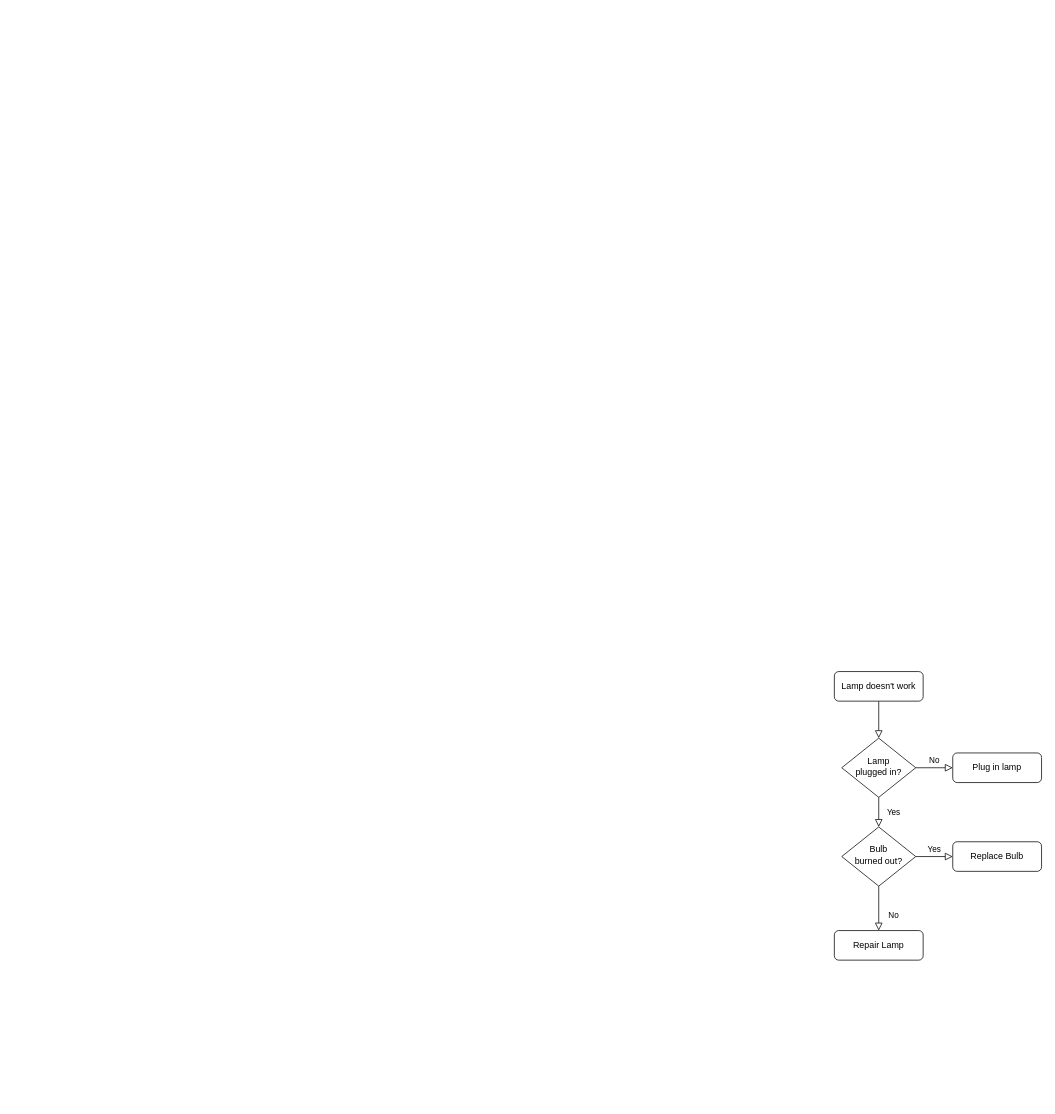
Before: GenAI_WSF_Translation_Process_Flow.drawio in nsareen-oa/diagrams, a draw.io diagram. Source tidied: cells renumbered, new cells numbered last; positions are measured from the earlier drawing's top-left corner, leaving out a move shared by most shapes. Both pictures are drawn from the tidied source at 74%, with x=0, y=0 at pixel (834, 671).
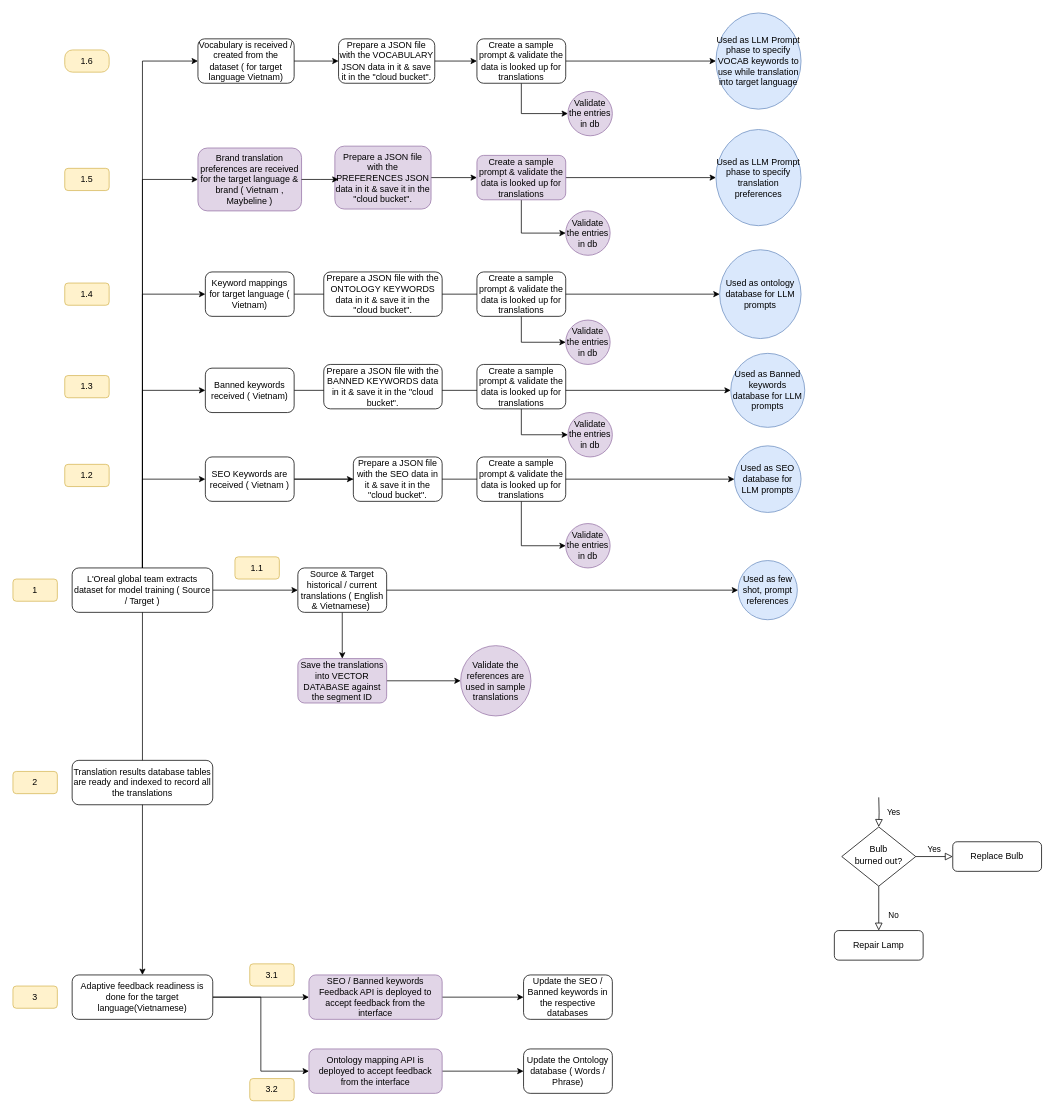
The same page after the edit.

The change refers to these unchanged cells:
```xml
<mxCell id="10" value="Bulb&lt;br&gt;burned out?" style="rhombus;whiteSpace=wrap;html=1;shadow=0;fontFamily=Helvetica;fontSize=12;align=center;strokeWidth=1;spacing=6;spacingTop=-4;" parent="1" vertex="1">
  <mxGeometry x="10" y="210" width="100" height="80" as="geometry" />
</mxCell>
```

What changed in the source:
```diff
@@
-    <mxCell id="2" style="rounded=0;html=1;jettySize=auto;fontSize=11;endArrow=block;endFill=0;endSize=8;strokeWidth=1;shadow=0;labelBackgroundColor=none;edgeStyle=orthogonalEdgeStyle;" parent="1" edge="1" source="3" target="6">
-      <mxGeometry relative="1" as="geometry" />
-    </mxCell>
+    <mxCell id="13" style="edgeStyle=orthogonalEdgeStyle;rounded=0;jettySize=auto;html=1;" parent="1" edge="1" source="3" target="25">
+      <mxGeometry relative="1" as="geometry" />
+    </mxCell>
+    <mxCell id="14" style="edgeStyle=orthogonalEdgeStyle;rounded=0;jettySize=auto;html=1;entryX=0;entryY=0.5;entryDx=0;entryDy=0;" parent="1" edge="1" source="3" target="29">
+      <mxGeometry relative="1" as="geometry" />
+    </mxCell>
+    <mxCell id="15" style="edgeStyle=orthogonalEdgeStyle;rounded=0;jettySize=auto;html=1;entryX=0;entryY=0.5;entryDx=0;entryDy=0;" parent="1" edge="1" source="3" target="32">
+      <mxGeometry relative="1" as="geometry" />
+    </mxCell>
+    <mxCell id="16" style="edgeStyle=orthogonalEdgeStyle;rounded=0;jettySize=auto;html=1;entryX=0;entryY=0.5;entryDx=0;entryDy=0;" parent="1" edge="1" source="3" target="35">
+      <mxGeometry relative="1" as="geometry" />
+    </mxCell>
+    <mxCell id="17" style="edgeStyle=orthogonalEdgeStyle;rounded=0;jettySize=auto;html=1;entryX=0;entryY=0.5;entryDx=0;entryDy=0;" parent="1" edge="1" source="3" target="38">
+      <mxGeometry relative="1" as="geometry" />
+    </mxCell>
+    <mxCell id="18" style="edgeStyle=orthogonalEdgeStyle;rounded=0;jettySize=auto;html=1;entryX=0;entryY=0.5;entryDx=0;entryDy=0;" parent="1" edge="1" source="3" target="65">
+      <mxGeometry relative="1" as="geometry" />
+    </mxCell>
-    <mxCell id="3" value="Lamp doesn't work" style="rounded=1;whiteSpace=wrap;html=1;fontSize=12;glass=0;strokeWidth=1;shadow=0;" parent="1" vertex="1">
-      <mxGeometry width="120" height="40" as="geometry" />
+    <mxCell id="3" value="L'Oreal global team extracts dataset for model training ( Source / Target )" style="rounded=1;whiteSpace=wrap;html=1;fontSize=12;glass=0;strokeWidth=1;shadow=0;" parent="1" vertex="1">
+      <mxGeometry x="-1030" y="-140" width="190" height="60" as="geometry" />
     </mxCell>
-    <mxCell id="4" value="Yes" style="rounded=0;html=1;jettySize=auto;fontSize=11;endArrow=block;endFill=0;endSize=8;strokeWidth=1;shadow=0;labelBackgroundColor=none;edgeStyle=orthogonalEdgeStyle;" parent="1" edge="1" source="6" target="10">
-      <mxGeometry y="20" relative="1" as="geometry" />
+    <mxCell id="4" value="Yes" style="rounded=0;html=1;jettySize=auto;fontSize=11;endArrow=block;endFill=0;endSize=8;strokeWidth=1;shadow=0;labelBackgroundColor=none;edgeStyle=orthogonalEdgeStyle;" parent="1" edge="1" target="10">
+      <mxGeometry y="20" relative="1" as="geometry">
+        <mxPoint x="60" y="170" as="sourcePoint" />
+      </mxGeometry>
     </mxCell>
-    <mxCell id="5" value="No" style="edgeStyle=orthogonalEdgeStyle;rounded=0;html=1;jettySize=auto;fontSize=11;endArrow=block;endFill=0;endSize=8;strokeWidth=1;shadow=0;labelBackgroundColor=none;" parent="1" edge="1" source="6" target="7">
-      <mxGeometry y="10" relative="1" as="geometry" />
-    </mxCell>
-    <mxCell id="6" value="Lamp&lt;br&gt;plugged in?" style="rhombus;whiteSpace=wrap;html=1;shadow=0;fontFamily=Helvetica;fontSize=12;align=center;strokeWidth=1;spacing=6;spacingTop=-4;" parent="1" vertex="1">
-      <mxGeometry x="10" y="90" width="100" height="80" as="geometry" />
-    </mxCell>
-    <mxCell id="7" value="Plug in lamp" style="rounded=1;whiteSpace=wrap;html=1;fontSize=12;glass=0;strokeWidth=1;shadow=0;" parent="1" vertex="1">
-      <mxGeometry x="160" y="110" width="120" height="40" as="geometry" />
-    </mxCell>
@@
+    <mxCell id="19" style="edgeStyle=orthogonalEdgeStyle;rounded=0;jettySize=auto;html=1;" parent="1" edge="1" source="3" target="22">
+      <mxGeometry relative="1" as="geometry" />
+    </mxCell>
+    <mxCell id="20" style="edgeStyle=orthogonalEdgeStyle;rounded=0;jettySize=auto;html=1;" parent="1" edge="1" source="22" target="74">
+      <mxGeometry relative="1" as="geometry" />
+    </mxCell>
+    <mxCell id="21" style="edgeStyle=orthogonalEdgeStyle;rounded=0;jettySize=auto;html=1;entryX=0;entryY=0.5;entryDx=0;entryDy=0;" parent="1" edge="1" source="22" target="79">
+      <mxGeometry relative="1" as="geometry" />
+    </mxCell>
+    <mxCell id="22" value="Adaptive feedback readiness is done for the target language(Vietnamese)" style="whiteSpace=wrap;html=1;rounded=1;" parent="1" vertex="1">
+      <mxGeometry x="-1030" y="410" width="190" height="60" as="geometry" />
+    </mxCell>
+    <mxCell id="23" style="edgeStyle=orthogonalEdgeStyle;rounded=0;jettySize=auto;html=1;" parent="1" edge="1" source="25" target="26">
+      <mxGeometry relative="1" as="geometry" />
+    </mxCell>
+    <mxCell id="24" style="edgeStyle=orthogonalEdgeStyle;rounded=0;jettySize=auto;html=1;" parent="1" edge="1" source="25" target="48">
+      <mxGeometry relative="1" as="geometry" />
+    </mxCell>
+    <mxCell id="25" value="Source &amp;amp; Target historical / current translations ( English &amp;amp; Vietnamese)&amp;nbsp;" style="whiteSpace=wrap;html=1;rounded=1;glass=0;strokeWidth=1;shadow=0;" parent="1" vertex="1">
+      <mxGeometry x="-725" y="-140" width="120" height="60" as="geometry" />
+    </mxCell>
+    <mxCell id="26" value="Used as few shot, prompt references" style="ellipse;whiteSpace=wrap;html=1;rounded=1;glass=0;strokeWidth=1;shadow=0;fillColor=#dae8fc;strokeColor=#6c8ebf;" parent="1" vertex="1">
+      <mxGeometry x="-130" y="-150" width="80" height="80" as="geometry" />
+    </mxCell>
+    <mxCell id="27" style="edgeStyle=orthogonalEdgeStyle;rounded=0;jettySize=auto;html=1;" parent="1" edge="1" source="29" target="30">
+      <mxGeometry relative="1" as="geometry" />
+    </mxCell>
+    <mxCell id="28" style="edgeStyle=orthogonalEdgeStyle;rounded=0;jettySize=auto;html=1;" parent="1" edge="1" source="29" target="50">
+      <mxGeometry relative="1" as="geometry" />
+    </mxCell>
+    <mxCell id="29" value="SEO Keywords are received ( Vietnam )" style="whiteSpace=wrap;html=1;rounded=1;glass=0;strokeWidth=1;shadow=0;" parent="1" vertex="1">
+      <mxGeometry x="-850" y="-290" width="120" height="60" as="geometry" />
+    </mxCell>
+    <mxCell id="30" value="Used as SEO database for LLM prompts" style="ellipse;whiteSpace=wrap;html=1;rounded=1;glass=0;strokeWidth=1;shadow=0;fillColor=#dae8fc;strokeColor=#6c8ebf;" parent="1" vertex="1">
+      <mxGeometry x="-135" y="-305" width="90" height="90" as="geometry" />
+    </mxCell>
+    <mxCell id="31" style="edgeStyle=orthogonalEdgeStyle;rounded=0;jettySize=auto;html=1;" parent="1" edge="1" source="32" target="33">
+      <mxGeometry relative="1" as="geometry" />
+    </mxCell>
+    <mxCell id="32" value="Banned keywords received ( Vietnam)" style="whiteSpace=wrap;html=1;rounded=1;glass=0;strokeWidth=1;shadow=0;" parent="1" vertex="1">
+      <mxGeometry x="-850" y="-410" width="120" height="60" as="geometry" />
+    </mxCell>
+    <mxCell id="33" value="Used as Banned keywords database for LLM prompts" style="ellipse;whiteSpace=wrap;html=1;rounded=1;glass=0;strokeWidth=1;shadow=0;fillColor=#dae8fc;strokeColor=#6c8ebf;" parent="1" vertex="1">
+      <mxGeometry x="-140" y="-430" width="100" height="100" as="geometry" />
+    </mxCell>
+    <mxCell id="34" style="edgeStyle=orthogonalEdgeStyle;rounded=0;jettySize=auto;html=1;" parent="1" edge="1" source="35" target="36">
+      <mxGeometry relative="1" as="geometry" />
+    </mxCell>
+    <mxCell id="35" value="Keyword mappings for target language ( Vietnam)" style="whiteSpace=wrap;html=1;rounded=1;glass=0;strokeWidth=1;shadow=0;" parent="1" vertex="1">
+      <mxGeometry x="-850" y="-540" width="120" height="60" as="geometry" />
+    </mxCell>
+    <mxCell id="36" value="Used as ontology database for LLM prompts" style="ellipse;whiteSpace=wrap;html=1;rounded=1;glass=0;strokeWidth=1;shadow=0;fillColor=#dae8fc;strokeColor=#6c8ebf;" parent="1" vertex="1">
+      <mxGeometry x="-155" y="-570" width="110" height="120" as="geometry" />
+    </mxCell>
+    <mxCell id="37" style="edgeStyle=orthogonalEdgeStyle;rounded=0;jettySize=auto;html=1;" parent="1" edge="1" source="63" target="39">
+      <mxGeometry relative="1" as="geometry" />
+    </mxCell>
+    <mxCell id="38" value="Vocabulary is received / created from the dataset ( for target language Vietnam)" style="whiteSpace=wrap;html=1;rounded=1;glass=0;strokeWidth=1;shadow=0;" parent="1" vertex="1">
+      <mxGeometry x="-860" y="-855" width="130" height="60" as="geometry" />
+    </mxCell>
+    <mxCell id="39" value="Used as LLM Prompt phase to specify VOCAB keywords to use while translation into target language" style="ellipse;whiteSpace=wrap;html=1;rounded=1;glass=0;strokeWidth=1;shadow=0;fillColor=#dae8fc;strokeColor=#6c8ebf;" parent="1" vertex="1">
+      <mxGeometry x="-160" y="-890" width="115" height="130" as="geometry" />
+    </mxCell>
+    <mxCell id="40" value="1" style="text;html=1;align=center;verticalAlign=middle;whiteSpace=wrap;rounded=1;fillColor=#fff2cc;strokeColor=#d6b656;" parent="1" vertex="1">
+      <mxGeometry x="-1110" y="-125" width="60" height="30" as="geometry" />
+    </mxCell>
+    <mxCell id="41" value="1.2" style="text;html=1;align=center;verticalAlign=middle;whiteSpace=wrap;rounded=1;fillColor=#fff2cc;strokeColor=#d6b656;" parent="1" vertex="1">
+      <mxGeometry x="-1040" y="-280" width="60" height="30" as="geometry" />
+    </mxCell>
+    <mxCell id="42" value="1.3" style="text;html=1;align=center;verticalAlign=middle;whiteSpace=wrap;rounded=1;fillColor=#fff2cc;strokeColor=#d6b656;" parent="1" vertex="1">
+      <mxGeometry x="-1040" y="-400" width="60" height="30" as="geometry" />
+    </mxCell>
+    <mxCell id="43" value="1.4" style="text;html=1;align=center;verticalAlign=middle;whiteSpace=wrap;rounded=1;fillColor=#fff2cc;strokeColor=#d6b656;" parent="1" vertex="1">
+      <mxGeometry x="-1040" y="-525" width="60" height="30" as="geometry" />
+    </mxCell>
+    <mxCell id="44" value="1.5" style="text;html=1;align=center;verticalAlign=middle;whiteSpace=wrap;rounded=1;fillColor=#fff2cc;strokeColor=#d6b656;" parent="1" vertex="1">
+      <mxGeometry x="-1040" y="-680" width="60" height="30" as="geometry" />
+    </mxCell>
+    <mxCell id="45" value="2" style="text;html=1;align=center;verticalAlign=middle;whiteSpace=wrap;rounded=1;fillColor=#fff2cc;strokeColor=#d6b656;" parent="1" vertex="1">
+      <mxGeometry x="-1110" y="135" width="60" height="30" as="geometry" />
+    </mxCell>
+    <mxCell id="46" value="1.1" style="text;html=1;align=center;verticalAlign=middle;whiteSpace=wrap;rounded=1;fillColor=#fff2cc;strokeColor=#d6b656;" parent="1" vertex="1">
+      <mxGeometry x="-810" y="-155" width="60" height="30" as="geometry" />
+    </mxCell>
+    <mxCell id="47" style="edgeStyle=orthogonalEdgeStyle;rounded=0;jettySize=auto;html=1;" parent="1" edge="1" source="48" target="49">
+      <mxGeometry relative="1" as="geometry" />
+    </mxCell>
+    <mxCell id="48" value="Save the translations into VECTOR DATABASE against the segment ID" style="whiteSpace=wrap;html=1;rounded=1;glass=0;strokeWidth=1;shadow=0;fillColor=#e1d5e7;strokeColor=#9673a6;" parent="1" vertex="1">
+      <mxGeometry x="-725" y="-17.5" width="120" height="60" as="geometry" />
+    </mxCell>
+    <mxCell id="49" value="Validate the references are used in sample translations" style="ellipse;whiteSpace=wrap;html=1;rounded=1;glass=0;strokeWidth=1;shadow=0;fillColor=#e1d5e7;strokeColor=#9673a6;" parent="1" vertex="1">
+      <mxGeometry x="-505" y="-35" width="95" height="95" as="geometry" />
+    </mxCell>
+    <mxCell id="50" value="Prepare a JSON file with the SEO data in it &amp;amp; save it in the &quot;cloud bucket&quot;." style="whiteSpace=wrap;html=1;rounded=1;glass=0;strokeWidth=1;shadow=0;" parent="1" vertex="1">
+      <mxGeometry x="-650" y="-290" width="120" height="60" as="geometry" />
+    </mxCell>
+    <mxCell id="51" style="edgeStyle=orthogonalEdgeStyle;rounded=0;jettySize=auto;html=1;entryX=0;entryY=0.5;entryDx=0;entryDy=0;" parent="1" edge="1" source="52" target="83">
+      <mxGeometry relative="1" as="geometry" />
+    </mxCell>
+    <mxCell id="52" value="Create a sample prompt &amp;amp; validate the data is looked up for translations" style="whiteSpace=wrap;html=1;rounded=1;glass=0;strokeWidth=1;shadow=0;" parent="1" vertex="1">
+      <mxGeometry x="-483" y="-290" width="120" height="60" as="geometry" />
+    </mxCell>
+    <mxCell id="53" value="Prepare a JSON file with the BANNED KEYWORDS data in it &amp;amp; save it in the &quot;cloud bucket&quot;." style="whiteSpace=wrap;html=1;rounded=1;glass=0;strokeWidth=1;shadow=0;" parent="1" vertex="1">
+      <mxGeometry x="-690" y="-415" width="160" height="60" as="geometry" />
+    </mxCell>
+    <mxCell id="54" style="edgeStyle=orthogonalEdgeStyle;rounded=0;jettySize=auto;html=1;entryX=0;entryY=0.5;entryDx=0;entryDy=0;exitX=0.5;exitY=1;exitDx=0;exitDy=0;" parent="1" edge="1" source="55" target="84">
+      <mxGeometry relative="1" as="geometry" />
+    </mxCell>
+    <mxCell id="55" value="Create a sample prompt &amp;amp; validate the data is looked up for translations" style="whiteSpace=wrap;html=1;rounded=1;glass=0;strokeWidth=1;shadow=0;" parent="1" vertex="1">
+      <mxGeometry x="-483" y="-415" width="120" height="60" as="geometry" />
+    </mxCell>
+    <mxCell id="56" value="Prepare a JSON file with the ONTOLOGY KEYWORDS data in it &amp;amp; save it in the &quot;cloud bucket&quot;." style="whiteSpace=wrap;html=1;rounded=1;glass=0;strokeWidth=1;shadow=0;" parent="1" vertex="1">
+      <mxGeometry x="-690" y="-540" width="160" height="60" as="geometry" />
+    </mxCell>
+    <mxCell id="57" style="edgeStyle=orthogonalEdgeStyle;rounded=0;jettySize=auto;html=1;entryX=0;entryY=0.5;entryDx=0;entryDy=0;" parent="1" edge="1" source="58" target="85">
+      <mxGeometry relative="1" as="geometry" />
+    </mxCell>
+    <mxCell id="58" value="Create a sample prompt &amp;amp; validate the data is looked up for translations" style="whiteSpace=wrap;html=1;rounded=1;glass=0;strokeWidth=1;shadow=0;" parent="1" vertex="1">
+      <mxGeometry x="-483" y="-540" width="120" height="60" as="geometry" />
+    </mxCell>
+    <mxCell id="59" style="edgeStyle=orthogonalEdgeStyle;rounded=0;jettySize=auto;html=1;entryX=0;entryY=0.5;entryDx=0;entryDy=0;" parent="1" edge="1" source="60" target="63">
+      <mxGeometry relative="1" as="geometry" />
+    </mxCell>
+    <mxCell id="60" value="Prepare a JSON file with the VOCABULARY JSON data in it &amp;amp; save it in the &quot;cloud bucket&quot;." style="whiteSpace=wrap;html=1;rounded=1;glass=0;strokeWidth=1;shadow=0;" parent="1" vertex="1">
+      <mxGeometry x="-670" y="-855" width="130" height="60" as="geometry" />
+    </mxCell>
+    <mxCell id="61" style="edgeStyle=orthogonalEdgeStyle;rounded=0;jettySize=auto;html=1;entryX=0;entryY=0.5;entryDx=0;entryDy=0;" parent="1" edge="1" source="38" target="60">
+      <mxGeometry relative="1" as="geometry" />
+    </mxCell>
+    <mxCell id="62" style="edgeStyle=orthogonalEdgeStyle;rounded=0;jettySize=auto;html=1;entryX=0;entryY=0.5;entryDx=0;entryDy=0;exitX=0.5;exitY=1;exitDx=0;exitDy=0;" parent="1" edge="1" source="63" target="87">
+      <mxGeometry relative="1" as="geometry" />
+    </mxCell>
+    <mxCell id="63" value="Create a sample prompt &amp;amp; validate the data is looked up for translations" style="whiteSpace=wrap;html=1;rounded=1;glass=0;strokeWidth=1;shadow=0;" parent="1" vertex="1">
+      <mxGeometry x="-483" y="-855" width="120" height="60" as="geometry" />
+    </mxCell>
+    <mxCell id="64" style="edgeStyle=orthogonalEdgeStyle;rounded=0;jettySize=auto;html=1;" parent="1" edge="1" source="71" target="66">
+      <mxGeometry relative="1" as="geometry" />
+    </mxCell>
+    <mxCell id="65" value="Brand translation preferences are received for the target language &amp;amp; brand ( Vietnam , Maybeline )" style="whiteSpace=wrap;html=1;rounded=1;glass=0;strokeWidth=1;shadow=0;fillColor=#e1d5e7;strokeColor=#9673a6;" parent="1" vertex="1">
+      <mxGeometry x="-860" y="-707.5" width="140" height="85" as="geometry" />
+    </mxCell>
+    <mxCell id="66" value="Used as LLM Prompt phase to specify translation preferences" style="ellipse;whiteSpace=wrap;html=1;rounded=1;glass=0;strokeWidth=1;shadow=0;fillColor=#dae8fc;strokeColor=#6c8ebf;" parent="1" vertex="1">
+      <mxGeometry x="-160" y="-732.5" width="115" height="130" as="geometry" />
+    </mxCell>
+    <mxCell id="67" style="edgeStyle=orthogonalEdgeStyle;rounded=0;jettySize=auto;html=1;entryX=0;entryY=0.5;entryDx=0;entryDy=0;" parent="1" edge="1" source="68" target="71">
+      <mxGeometry relative="1" as="geometry" />
+    </mxCell>
+    <mxCell id="68" value="Prepare a JSON file with the PREFERENCES JSON data in it &amp;amp; save it in the &quot;cloud bucket&quot;." style="whiteSpace=wrap;html=1;rounded=1;glass=0;strokeWidth=1;shadow=0;fillColor=#e1d5e7;strokeColor=#9673a6;" parent="1" vertex="1">
+      <mxGeometry x="-675" y="-710" width="130" height="85" as="geometry" />
+    </mxCell>
+    <mxCell id="69" style="edgeStyle=orthogonalEdgeStyle;rounded=0;jettySize=auto;html=1;" parent="1" edge="1" source="65">
+      <mxGeometry relative="1" as="geometry">
+        <mxPoint x="-670" y="-665" as="targetPoint" />
+      </mxGeometry>
+    </mxCell>
+    <mxCell id="70" style="edgeStyle=orthogonalEdgeStyle;rounded=0;jettySize=auto;html=1;entryX=0;entryY=0.5;entryDx=0;entryDy=0;" parent="1" edge="1" source="71" target="86">
+      <mxGeometry relative="1" as="geometry" />
+    </mxCell>
+    <mxCell id="71" value="Create a sample prompt &amp;amp; validate the data is looked up for translations" style="whiteSpace=wrap;html=1;rounded=1;glass=0;strokeWidth=1;shadow=0;fillColor=#e1d5e7;strokeColor=#9673a6;" parent="1" vertex="1">
+      <mxGeometry x="-483" y="-697.5" width="120" height="60" as="geometry" />
+    </mxCell>
+    <mxCell id="72" value="1.6" style="text;html=1;align=center;verticalAlign=middle;whiteSpace=wrap;rounded=1;fillColor=#fff2cc;strokeColor=#d6b656;arcSize=35;" parent="1" vertex="1">
+      <mxGeometry x="-1040" y="-840" width="60" height="30" as="geometry" />
+    </mxCell>
+    <mxCell id="73" style="edgeStyle=orthogonalEdgeStyle;rounded=0;jettySize=auto;html=1;" parent="1" edge="1" source="74" target="75">
+      <mxGeometry relative="1" as="geometry" />
+    </mxCell>
+    <mxCell id="74" value="SEO / Banned keywords Feedback API is deployed to accept feedback from the interface" style="whiteSpace=wrap;html=1;rounded=1;fillColor=#e1d5e7;strokeColor=#9673a6;" parent="1" vertex="1">
+      <mxGeometry x="-710" y="410" width="180" height="60" as="geometry" />
+    </mxCell>
+    <mxCell id="75" value="Update the SEO / Banned keywords in the respective databases" style="whiteSpace=wrap;html=1;rounded=1;" parent="1" vertex="1">
+      <mxGeometry x="-420" y="410" width="120" height="60" as="geometry" />
+    </mxCell>
+    <mxCell id="76" value="Translation results database tables are ready and indexed to record all the translations" style="whiteSpace=wrap;html=1;rounded=1;" parent="1" vertex="1">
+      <mxGeometry x="-1030" y="120" width="190" height="60" as="geometry" />
+    </mxCell>
+    <mxCell id="77" value="3" style="text;html=1;align=center;verticalAlign=middle;whiteSpace=wrap;rounded=1;fillColor=#fff2cc;strokeColor=#d6b656;" parent="1" vertex="1">
+      <mxGeometry x="-1110" y="425" width="60" height="30" as="geometry" />
+    </mxCell>
+    <mxCell id="78" style="edgeStyle=orthogonalEdgeStyle;rounded=0;jettySize=auto;html=1;" parent="1" edge="1" source="79" target="80">
+      <mxGeometry relative="1" as="geometry" />
+    </mxCell>
+    <mxCell id="79" value="Ontology mapping API is deployed to accept feedback from the interface" style="whiteSpace=wrap;html=1;rounded=1;fillColor=#e1d5e7;strokeColor=#9673a6;" parent="1" vertex="1">
+      <mxGeometry x="-710" y="510" width="180" height="60" as="geometry" />
+    </mxCell>
+    <mxCell id="80" value="Update the Ontology database ( Words / Phrase)" style="whiteSpace=wrap;html=1;rounded=1;" parent="1" vertex="1">
+      <mxGeometry x="-420" y="510" width="120" height="60" as="geometry" />
+    </mxCell>
+    <mxCell id="81" value="3.1" style="text;html=1;align=center;verticalAlign=middle;whiteSpace=wrap;rounded=1;fillColor=#fff2cc;strokeColor=#d6b656;" parent="1" vertex="1">
+      <mxGeometry x="-790" y="395" width="60" height="30" as="geometry" />
+    </mxCell>
+    <mxCell id="82" value="3.2" style="text;html=1;align=center;verticalAlign=middle;whiteSpace=wrap;rounded=1;fillColor=#fff2cc;strokeColor=#d6b656;" parent="1" vertex="1">
+      <mxGeometry x="-790" y="550" width="60" height="30" as="geometry" />
+    </mxCell>
+    <mxCell id="83" value="Validate the entries in db" style="ellipse;whiteSpace=wrap;html=1;rounded=1;glass=0;strokeWidth=1;shadow=0;fillColor=#e1d5e7;strokeColor=#9673a6;" parent="1" vertex="1">
+      <mxGeometry x="-363" y="-200" width="60" height="60" as="geometry" />
+    </mxCell>
+    <mxCell id="84" value="Validate the entries in db" style="ellipse;whiteSpace=wrap;html=1;rounded=1;glass=0;strokeWidth=1;shadow=0;fillColor=#e1d5e7;strokeColor=#9673a6;" parent="1" vertex="1">
+      <mxGeometry x="-360" y="-350" width="60" height="60" as="geometry" />
+    </mxCell>
+    <mxCell id="85" value="Validate the entries in db" style="ellipse;whiteSpace=wrap;html=1;rounded=1;glass=0;strokeWidth=1;shadow=0;fillColor=#e1d5e7;strokeColor=#9673a6;" parent="1" vertex="1">
+      <mxGeometry x="-363" y="-475" width="60" height="60" as="geometry" />
+    </mxCell>
+    <mxCell id="86" value="Validate the entries in db" style="ellipse;whiteSpace=wrap;html=1;rounded=1;glass=0;strokeWidth=1;shadow=0;fillColor=#e1d5e7;strokeColor=#9673a6;" parent="1" vertex="1">
+      <mxGeometry x="-363" y="-622.5" width="60" height="60" as="geometry" />
+    </mxCell>
+    <mxCell id="87" value="Validate the entries in db" style="ellipse;whiteSpace=wrap;html=1;rounded=1;glass=0;strokeWidth=1;shadow=0;fillColor=#e1d5e7;strokeColor=#9673a6;" parent="1" vertex="1">
+      <mxGeometry x="-360" y="-784" width="60" height="60" as="geometry" />
+    </mxCell>
```
